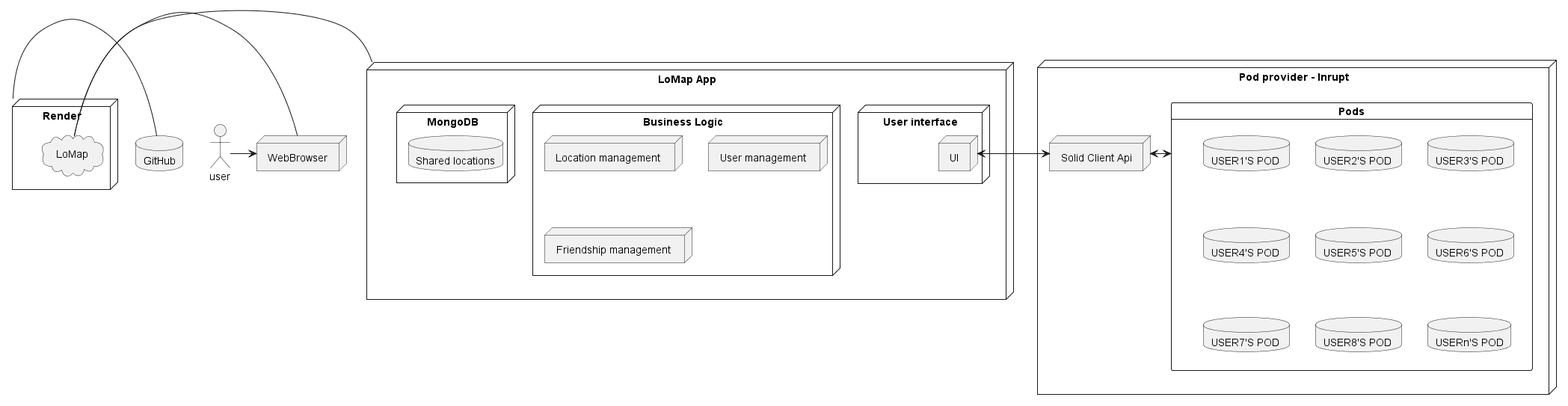
Earlier version of the PlantUML export docs/images/DeploymentOverview.png (Arquisoft/lomap_en3b).
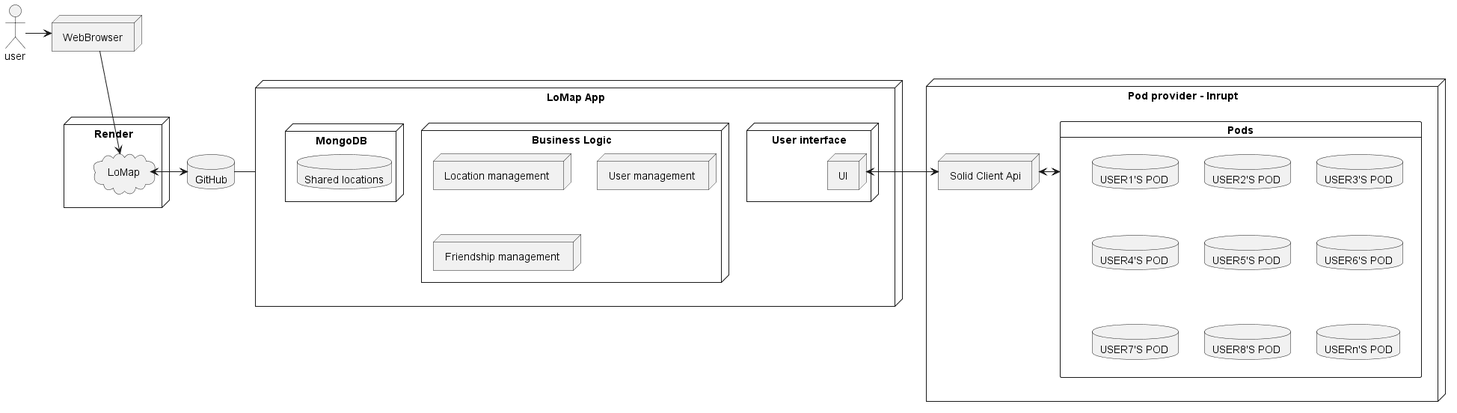
Above is the later version.

What changed in the source:
```diff
@@ -1,7 +1,6 @@
 @startuml
-
 actor user
-node "Render" as rn{
+node "Render" as rn {
   cloud "LoMap" as dp
 }
 node "LoMap App" as lomap {
@@ -42,13 +41,14 @@
 }
 
 node "WebBrowser" as wb
-rn-git
- user -> wb
-
-wb-dp
+dp<->git
+user -> wb
+wb->dp
 
 
-dp-lomap
+
+wb-[hidden]->rn
+lomap-git
 
 ui<->api
 
```
